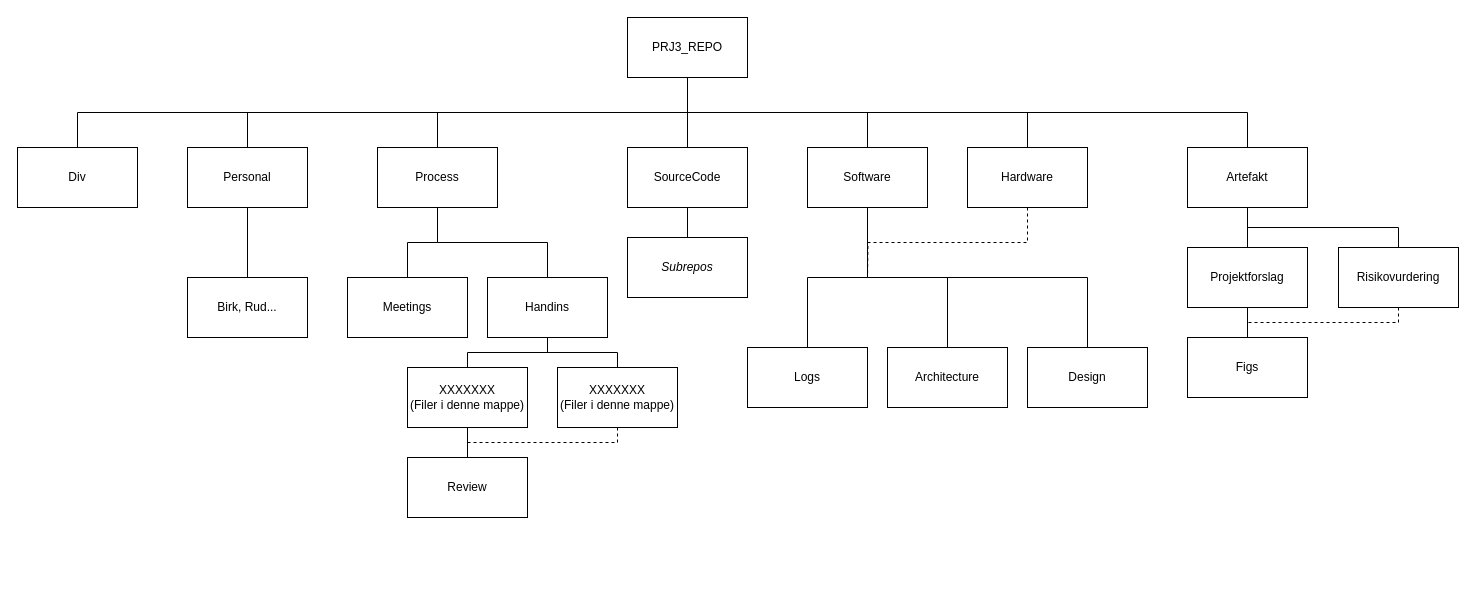
The draw.io diagram Personal/Brix/GitStructure.drawio in mbirko/PRJ3_Repo, before the edit. Source tidied: cells renumbered, new cells numbered last; positions are measured from the earlier drawing's top-left corner, leaving out a move shared by most shapes. Both pictures are drawn from the tidied source at 100%, with x=0, y=0 at pixel (17, 17).
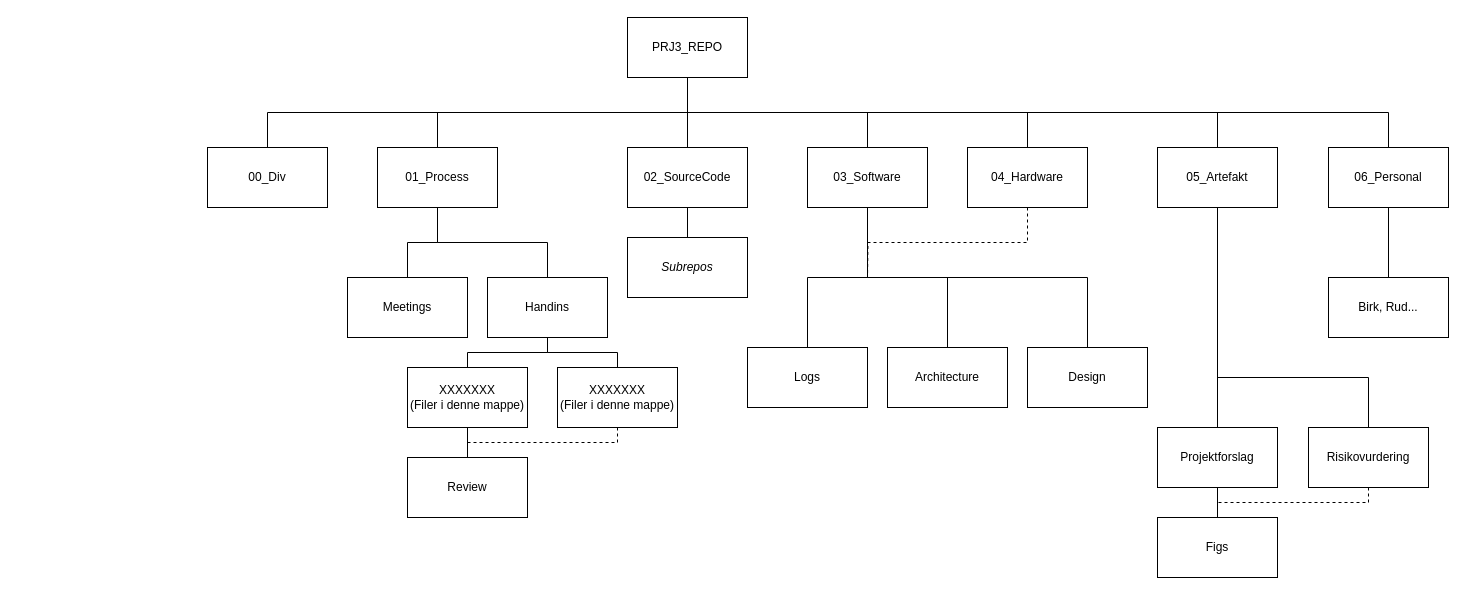
The same page after the edit.

The edit, as a diff of the source:
```diff
@@
-    <mxCell id="10" value="Personal" style="rounded=0;whiteSpace=wrap;html=1;" parent="1" vertex="1">
-      <mxGeometry x="170" y="130" width="120" height="60" as="geometry" />
+    <mxCell id="10" value="06_Personal" style="rounded=0;whiteSpace=wrap;html=1;" parent="1" vertex="1">
+      <mxGeometry x="1311" y="130" width="120" height="60" as="geometry" />
     </mxCell>
@@
-    <mxCell id="12" value="SourceCode" style="rounded=0;whiteSpace=wrap;html=1;" parent="1" vertex="1">
+    <mxCell id="12" value="02_SourceCode" style="rounded=0;whiteSpace=wrap;html=1;" parent="1" vertex="1">
       <mxGeometry x="610" y="130" width="120" height="60" as="geometry" />
     </mxCell>
@@
-    <mxCell id="16" value="Software" style="rounded=0;whiteSpace=wrap;html=1;" parent="1" vertex="1">
+    <mxCell id="16" value="03_Software" style="rounded=0;whiteSpace=wrap;html=1;" parent="1" vertex="1">
       <mxGeometry x="790" y="130" width="120" height="60" as="geometry" />
     </mxCell>
@@
-    <mxCell id="18" value="Hardware" style="rounded=0;whiteSpace=wrap;html=1;" parent="1" vertex="1">
+    <mxCell id="18" value="04_Hardware" style="rounded=0;whiteSpace=wrap;html=1;" parent="1" vertex="1">
       <mxGeometry x="950" y="130" width="120" height="60" as="geometry" />
     </mxCell>
@@
     <mxCell id="20" value="Birk, Rud..." style="rounded=0;whiteSpace=wrap;html=1;" parent="1" vertex="1">
-      <mxGeometry x="170" y="260" width="120" height="60" as="geometry" />
+      <mxGeometry x="1311" y="260" width="120" height="60" as="geometry" />
     </mxCell>
@@
     <mxCell id="24" style="edgeStyle=orthogonalEdgeStyle;rounded=0;html=1;exitX=0.5;exitY=1;exitDx=0;exitDy=0;entryX=0.5;entryY=0;entryDx=0;entryDy=0;endArrow=none;endFill=0;" parent="1" edge="1" source="25" target="38">
-      <mxGeometry relative="1" as="geometry" />
+      <mxGeometry relative="1" as="geometry">
+        <Array as="points">
+          <mxPoint x="1200" y="360" />
+          <mxPoint x="1351" y="360" />
+        </Array>
+      </mxGeometry>
     </mxCell>
-    <mxCell id="25" value="Artefakt" style="rounded=0;whiteSpace=wrap;html=1;" parent="1" vertex="1">
-      <mxGeometry x="1170" y="130" width="120" height="60" as="geometry" />
+    <mxCell id="25" value="05_Artefakt" style="rounded=0;whiteSpace=wrap;html=1;" parent="1" vertex="1">
+      <mxGeometry x="1140" y="130" width="120" height="60" as="geometry" />
     </mxCell>
@@
-    <mxCell id="29" value="Process" style="rounded=0;whiteSpace=wrap;html=1;" parent="1" vertex="1">
+    <mxCell id="29" value="01_Process" style="rounded=0;whiteSpace=wrap;html=1;" parent="1" vertex="1">
       <mxGeometry x="360" y="130" width="120" height="60" as="geometry" />
     </mxCell>
@@
     <mxCell id="36" value="Projektforslag" style="rounded=0;whiteSpace=wrap;html=1;" parent="1" vertex="1">
-      <mxGeometry x="1170" y="230" width="120" height="60" as="geometry" />
+      <mxGeometry x="1140" y="410" width="120" height="60" as="geometry" />
     </mxCell>
@@
     <mxCell id="38" value="Risikovurdering" style="rounded=0;whiteSpace=wrap;html=1;" parent="1" vertex="1">
-      <mxGeometry x="1321" y="230" width="120" height="60" as="geometry" />
+      <mxGeometry x="1291" y="410" width="120" height="60" as="geometry" />
     </mxCell>
@@
     <mxCell id="42" value="Figs" style="rounded=0;whiteSpace=wrap;html=1;" parent="1" vertex="1">
-      <mxGeometry x="1170" y="320" width="120" height="60" as="geometry" />
+      <mxGeometry x="1140" y="500" width="120" height="60" as="geometry" />
     </mxCell>
@@
-    <mxCell id="45" value="Div" style="rounded=0;whiteSpace=wrap;html=1;" parent="1" vertex="1">
-      <mxGeometry y="130" width="120" height="60" as="geometry" />
+    <mxCell id="45" value="00_Div" style="rounded=0;whiteSpace=wrap;html=1;" parent="1" vertex="1">
+      <mxGeometry x="190" y="130" width="120" height="60" as="geometry" />
     </mxCell>
```
